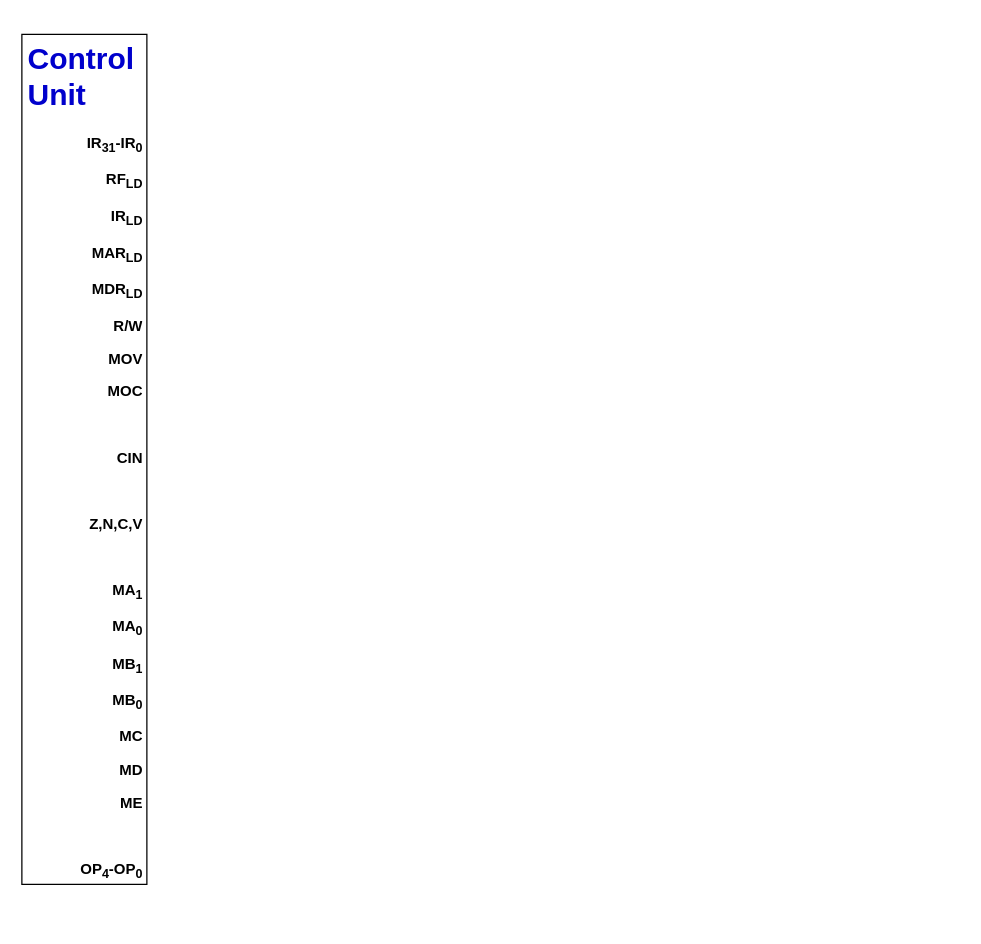
Before: MIPS CPU Diagram.drawio in TheParodicts/MIPS_CPU_Diagram, a draw.io diagram. Source tidied: cells renumbered, new cells numbered last; positions are measured from the earlier drawing's top-left corner, leaving out a move shared by most shapes. Both pictures are drawn from the tidied source at 125%, with x=0, y=0 at pixel (21, 34).
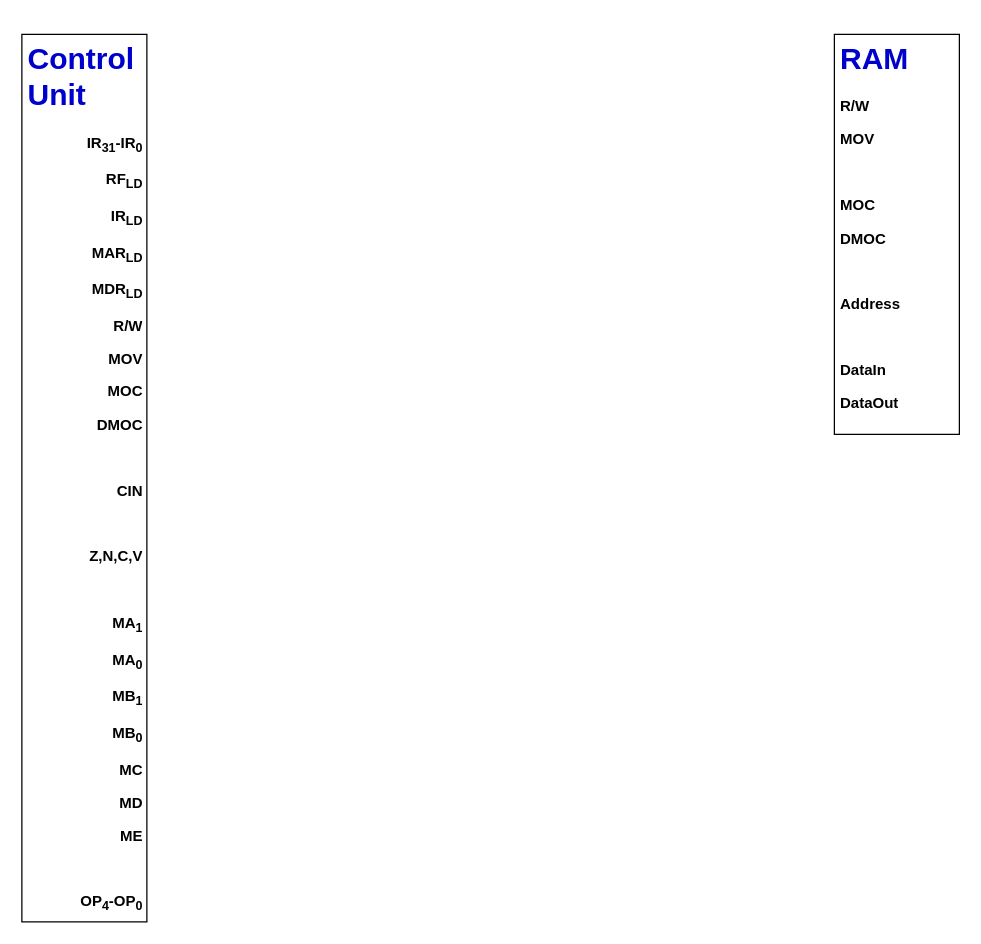
After the change.

Commit message:
Added Ram according to Brian's Verilog implementation

Change to the diagram source:
```diff
@@
 <mxGraphModel>
   <root>
     <mxCell id="0" />
     <mxCell id="1" parent="0" />
     <mxCell id="2" style="group;" parent="1" vertex="1">
-      <mxGeometry width="100" height="680" as="geometry" />
+      <mxGeometry width="100" height="710" as="geometry" />
     </mxCell>
     <mxCell id="3" style="rounded=0;whiteSpace=wrap;html=1;" parent="2" vertex="1">
-      <mxGeometry width="100" height="680" as="geometry" />
+      <mxGeometry width="100" height="710" as="geometry" />
     </mxCell>
-    <mxCell id="4" value="&lt;h1&gt;&lt;font color=&quot;#0000cc&quot;&gt;Control Unit&lt;/font&gt;&lt;/h1&gt;&lt;p style=&quot;text-align: right&quot;&gt;&lt;b&gt;IR&lt;sub&gt;31&lt;/sub&gt;-IR&lt;sub&gt;0&lt;/sub&gt;&lt;/b&gt;&lt;/p&gt;&lt;p style=&quot;text-align: right&quot;&gt;&lt;b&gt;RF&lt;sub&gt;LD&lt;/sub&gt;&lt;/b&gt;&lt;/p&gt;&lt;p style=&quot;text-align: right&quot;&gt;&lt;b&gt;IR&lt;sub&gt;LD&lt;/sub&gt;&lt;/b&gt;&lt;/p&gt;&lt;p style=&quot;text-align: right&quot;&gt;&lt;b&gt;MAR&lt;sub&gt;LD&lt;/sub&gt;&lt;/b&gt;&lt;/p&gt;&lt;p style=&quot;text-align: right&quot;&gt;&lt;b&gt;MDR&lt;sub&gt;LD&lt;/sub&gt;&lt;/b&gt;&lt;/p&gt;&lt;p style=&quot;text-align: right&quot;&gt;&lt;b&gt;R/W&lt;/b&gt;&lt;/p&gt;&lt;p style=&quot;text-align: right&quot;&gt;&lt;b&gt;MOV&lt;/b&gt;&lt;/p&gt;&lt;p style=&quot;text-align: right&quot;&gt;&lt;b&gt;MOC&lt;/b&gt;&lt;/p&gt;&lt;p style=&quot;text-align: right&quot;&gt;&lt;b&gt;&lt;br&gt;&lt;/b&gt;&lt;/p&gt;&lt;p style=&quot;text-align: right&quot;&gt;&lt;b&gt;CIN&lt;/b&gt;&lt;/p&gt;&lt;p style=&quot;text-align: right&quot;&gt;&lt;b&gt;&lt;br&gt;&lt;/b&gt;&lt;/p&gt;&lt;p style=&quot;text-align: right&quot;&gt;&lt;b&gt;Z,N,C,V&lt;/b&gt;&lt;/p&gt;&lt;p style=&quot;text-align: right&quot;&gt;&lt;b&gt;&lt;br&gt;&lt;/b&gt;&lt;/p&gt;&lt;p style=&quot;text-align: right&quot;&gt;&lt;b&gt;MA&lt;sub&gt;1&lt;/sub&gt;&lt;/b&gt;&lt;/p&gt;&lt;p style=&quot;text-align: right&quot;&gt;&lt;b&gt;MA&lt;sub&gt;0&lt;/sub&gt;&lt;/b&gt;&lt;/p&gt;&lt;p style=&quot;text-align: right&quot;&gt;&lt;b&gt;MB&lt;sub&gt;1&lt;/sub&gt;&lt;/b&gt;&lt;/p&gt;&lt;p style=&quot;text-align: right&quot;&gt;&lt;b&gt;MB&lt;sub&gt;0&lt;/sub&gt;&lt;/b&gt;&lt;/p&gt;&lt;p style=&quot;text-align: right&quot;&gt;&lt;b&gt;MC&lt;/b&gt;&lt;/p&gt;&lt;p style=&quot;text-align: right&quot;&gt;&lt;b&gt;MD&lt;/b&gt;&lt;/p&gt;&lt;p style=&quot;text-align: right&quot;&gt;&lt;b&gt;ME&lt;/b&gt;&lt;/p&gt;&lt;p style=&quot;text-align: right&quot;&gt;&lt;b&gt;&lt;br&gt;&lt;/b&gt;&lt;/p&gt;&lt;p style=&quot;text-align: right&quot;&gt;&lt;b&gt;OP&lt;sub&gt;4&lt;/sub&gt;-OP&lt;sub&gt;0&lt;/sub&gt;&lt;/b&gt;&lt;/p&gt;" style="text;html=1;strokeColor=none;fillColor=none;spacing=5;spacingTop=-20;whiteSpace=wrap;overflow=hidden;rounded=0;" parent="2" vertex="1">
-      <mxGeometry width="100" height="680" as="geometry" />
+    <mxCell id="4" value="&lt;h1&gt;&lt;font color=&quot;#0000cc&quot;&gt;Control Unit&lt;/font&gt;&lt;/h1&gt;&lt;p style=&quot;text-align: right&quot;&gt;&lt;b&gt;IR&lt;sub&gt;31&lt;/sub&gt;-IR&lt;sub&gt;0&lt;/sub&gt;&lt;/b&gt;&lt;/p&gt;&lt;p style=&quot;text-align: right&quot;&gt;&lt;b&gt;RF&lt;sub&gt;LD&lt;/sub&gt;&lt;/b&gt;&lt;/p&gt;&lt;p style=&quot;text-align: right&quot;&gt;&lt;b&gt;IR&lt;sub&gt;LD&lt;/sub&gt;&lt;/b&gt;&lt;/p&gt;&lt;p style=&quot;text-align: right&quot;&gt;&lt;b&gt;MAR&lt;sub&gt;LD&lt;/sub&gt;&lt;/b&gt;&lt;/p&gt;&lt;p style=&quot;text-align: right&quot;&gt;&lt;b&gt;MDR&lt;sub&gt;LD&lt;/sub&gt;&lt;/b&gt;&lt;/p&gt;&lt;p style=&quot;text-align: right&quot;&gt;&lt;b&gt;R/W&lt;/b&gt;&lt;/p&gt;&lt;p style=&quot;text-align: right&quot;&gt;&lt;b&gt;MOV&lt;/b&gt;&lt;/p&gt;&lt;p style=&quot;text-align: right&quot;&gt;&lt;b&gt;MOC&lt;/b&gt;&lt;/p&gt;&lt;p style=&quot;text-align: right&quot;&gt;&lt;b&gt;DMOC&lt;/b&gt;&lt;/p&gt;&lt;p style=&quot;text-align: right&quot;&gt;&lt;b&gt;&lt;br&gt;&lt;/b&gt;&lt;/p&gt;&lt;p style=&quot;text-align: right&quot;&gt;&lt;b&gt;CIN&lt;/b&gt;&lt;/p&gt;&lt;p style=&quot;text-align: right&quot;&gt;&lt;b&gt;&lt;br&gt;&lt;/b&gt;&lt;/p&gt;&lt;p style=&quot;text-align: right&quot;&gt;&lt;b&gt;Z,N,C,V&lt;/b&gt;&lt;/p&gt;&lt;p style=&quot;text-align: right&quot;&gt;&lt;b&gt;&lt;br&gt;&lt;/b&gt;&lt;/p&gt;&lt;p style=&quot;text-align: right&quot;&gt;&lt;b&gt;MA&lt;sub&gt;1&lt;/sub&gt;&lt;/b&gt;&lt;/p&gt;&lt;p style=&quot;text-align: right&quot;&gt;&lt;b&gt;MA&lt;sub&gt;0&lt;/sub&gt;&lt;/b&gt;&lt;/p&gt;&lt;p style=&quot;text-align: right&quot;&gt;&lt;b&gt;MB&lt;sub&gt;1&lt;/sub&gt;&lt;/b&gt;&lt;/p&gt;&lt;p style=&quot;text-align: right&quot;&gt;&lt;b&gt;MB&lt;sub&gt;0&lt;/sub&gt;&lt;/b&gt;&lt;/p&gt;&lt;p style=&quot;text-align: right&quot;&gt;&lt;b&gt;MC&lt;/b&gt;&lt;/p&gt;&lt;p style=&quot;text-align: right&quot;&gt;&lt;b&gt;MD&lt;/b&gt;&lt;/p&gt;&lt;p style=&quot;text-align: right&quot;&gt;&lt;b&gt;ME&lt;/b&gt;&lt;/p&gt;&lt;p style=&quot;text-align: right&quot;&gt;&lt;b&gt;&lt;br&gt;&lt;/b&gt;&lt;/p&gt;&lt;p style=&quot;text-align: right&quot;&gt;&lt;b&gt;OP&lt;sub&gt;4&lt;/sub&gt;-OP&lt;sub&gt;0&lt;/sub&gt;&lt;/b&gt;&lt;/p&gt;" style="text;html=1;strokeColor=none;fillColor=none;spacing=5;spacingTop=-20;whiteSpace=wrap;overflow=hidden;rounded=0;" parent="2" vertex="1">
+      <mxGeometry width="100" height="710" as="geometry" />
     </mxCell>
+    <mxCell id="5" style="group;" parent="1" vertex="1">
+      <mxGeometry x="650" width="100" height="320" as="geometry" />
+    </mxCell>
+    <mxCell id="6" style="rounded=0;whiteSpace=wrap;html=1;" parent="5" vertex="1">
+      <mxGeometry width="100" height="320" as="geometry" />
+    </mxCell>
+    <mxCell id="7" value="&lt;h1&gt;&lt;font color=&quot;#0000cc&quot;&gt;RAM&amp;nbsp;&lt;/font&gt;&lt;/h1&gt;&lt;p style=&quot;text-align: left&quot;&gt;&lt;b&gt;R/W&lt;/b&gt;&lt;/p&gt;&lt;p style=&quot;text-align: left&quot;&gt;&lt;b&gt;MOV&lt;/b&gt;&lt;/p&gt;&lt;p style=&quot;text-align: left&quot;&gt;&lt;b&gt;&lt;br&gt;&lt;/b&gt;&lt;/p&gt;&lt;p style=&quot;text-align: left&quot;&gt;&lt;b&gt;MOC&lt;/b&gt;&lt;/p&gt;&lt;p style=&quot;text-align: left&quot;&gt;&lt;b&gt;DMOC&lt;/b&gt;&lt;/p&gt;&lt;p style=&quot;text-align: left&quot;&gt;&lt;b&gt;&lt;br&gt;&lt;/b&gt;&lt;/p&gt;&lt;p style=&quot;text-align: left&quot;&gt;&lt;b&gt;Address&lt;/b&gt;&lt;/p&gt;&lt;p style=&quot;text-align: left&quot;&gt;&lt;b&gt;&lt;br&gt;&lt;/b&gt;&lt;/p&gt;&lt;p style=&quot;text-align: left&quot;&gt;&lt;b&gt;DataIn&lt;/b&gt;&lt;/p&gt;&lt;p style=&quot;text-align: left&quot;&gt;&lt;b&gt;DataOut&lt;/b&gt;&lt;/p&gt;&lt;p style=&quot;text-align: left&quot;&gt;&lt;br&gt;&lt;/p&gt;" style="text;html=1;strokeColor=none;fillColor=none;spacing=5;spacingTop=-20;whiteSpace=wrap;overflow=hidden;rounded=0;" parent="5" vertex="1">
+      <mxGeometry width="100" height="320" as="geometry" />
+    </mxCell>
   </root>
 </mxGraphModel>
```
